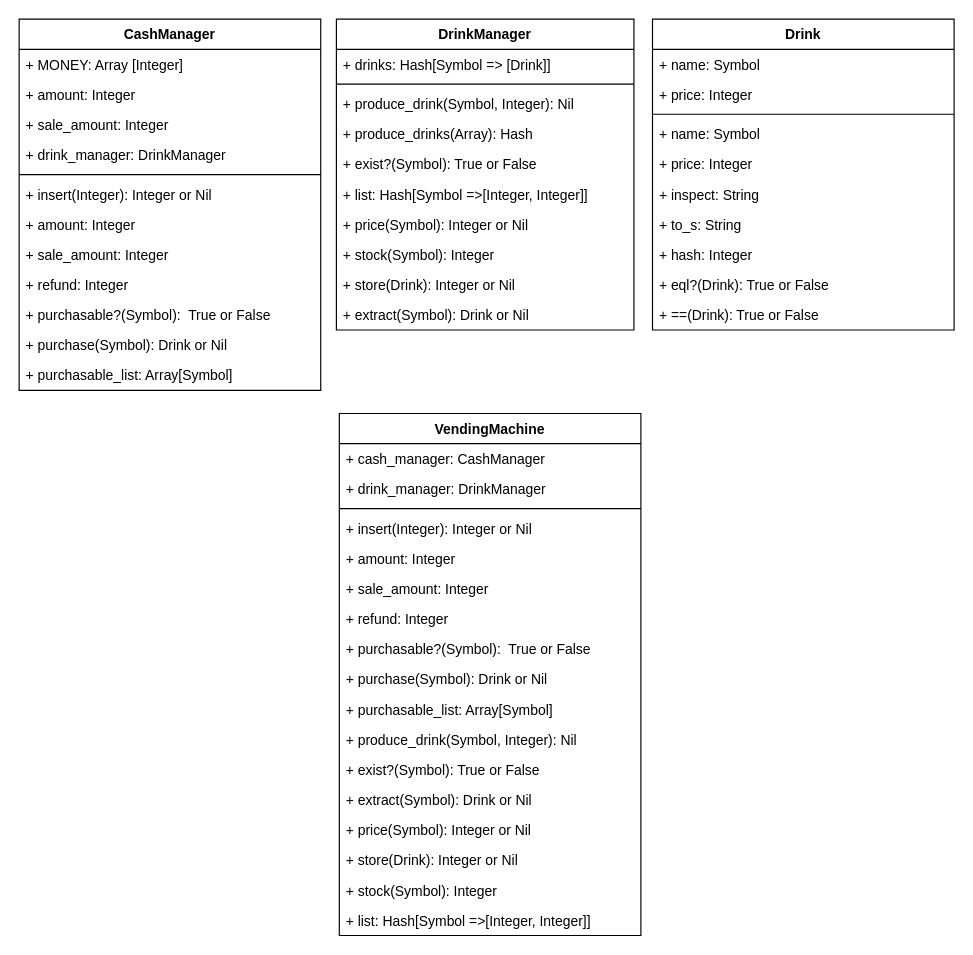
Before: images/class.drawio in fumtas1k/tddbc_ft, a draw.io diagram. Source tidied: cells renumbered, new cells numbered last; positions are measured from the earlier drawing's top-left corner, leaving out a move shared by most shapes. Both pictures are drawn from the tidied source at 116%, with x=0, y=0 at pixel (19, 19).
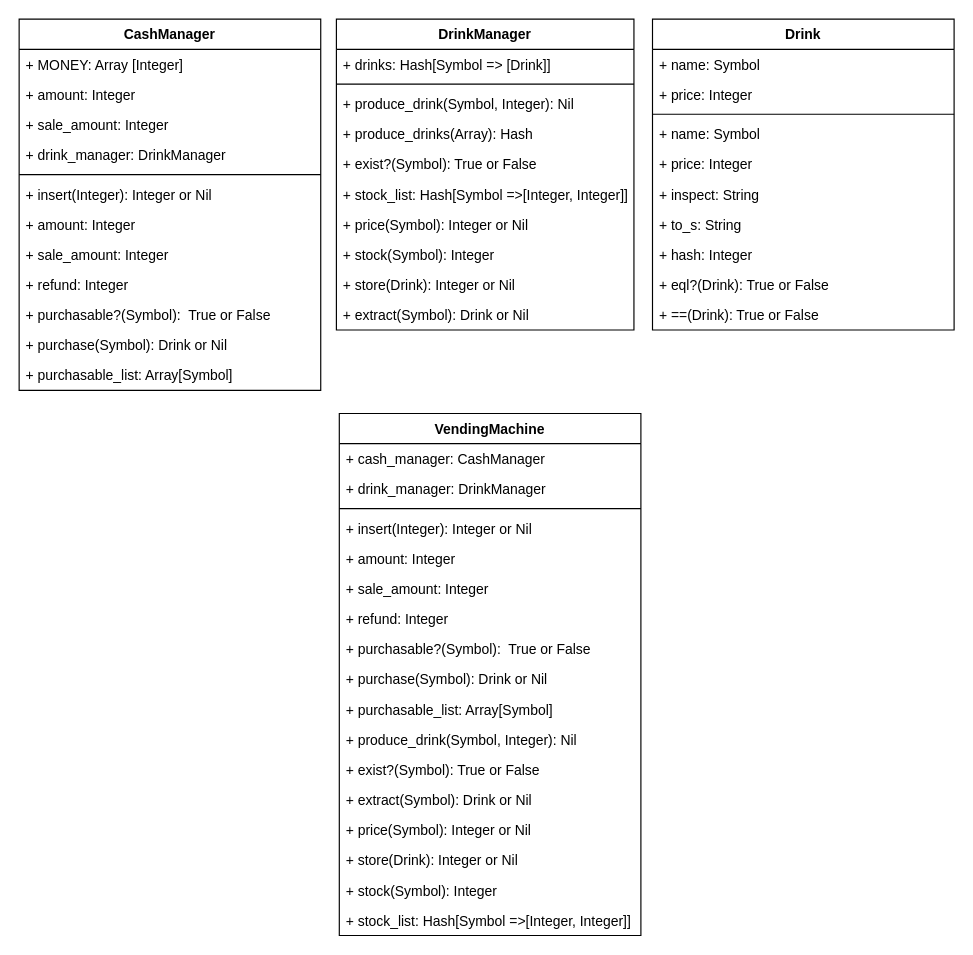
The same diagram, later.

Unchanged cells that the change refers to:
```xml
<mxCell id="15" value="DrinkManager" style="swimlane;fontStyle=1;align=center;verticalAlign=top;horizontal=1;startSize=26;" parent="1" vertex="1">
  <mxGeometry x="273.5" width="256.5" height="268" as="geometry" />
</mxCell>
<mxCell id="37" value="VendingMachine" style="swimlane;fontStyle=1;align=center;verticalAlign=top;horizontal=1;startSize=26;" parent="1" vertex="1">
  <mxGeometry x="276" y="340" width="260" height="450" as="geometry" />
</mxCell>
```

The edit, as a diff of the source:
```diff
@@
-    <mxCell id="21" value="+ list: Hash[Symbol =&gt;[Integer, Integer]]" style="text;strokeColor=none;fillColor=none;align=left;verticalAlign=top;spacingLeft=4;spacingRight=4;overflow=hidden;" parent="15" vertex="1">
+    <mxCell id="21" value="+ stock_list: Hash[Symbol =&gt;[Integer, Integer]]" style="text;strokeColor=none;fillColor=none;align=left;verticalAlign=top;spacingLeft=4;spacingRight=4;overflow=hidden;" parent="15" vertex="1">
       <mxGeometry y="138" width="256.5" height="26" as="geometry" />
     </mxCell>
@@
-    <mxCell id="54" value="+ list: Hash[Symbol =&gt;[Integer, Integer]]" style="text;strokeColor=none;fillColor=none;align=left;verticalAlign=top;spacingLeft=4;spacingRight=4;overflow=hidden;" parent="37" vertex="1">
+    <mxCell id="54" value="+ stock_list: Hash[Symbol =&gt;[Integer, Integer]]" style="text;strokeColor=none;fillColor=none;align=left;verticalAlign=top;spacingLeft=4;spacingRight=4;overflow=hidden;" parent="37" vertex="1">
       <mxGeometry y="424" width="260" height="26" as="geometry" />
     </mxCell>
```
